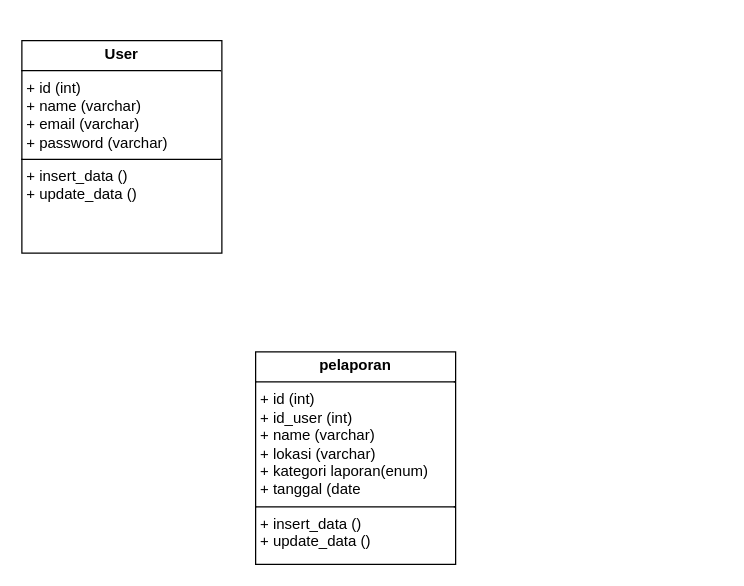
Earlier version of the draw.io diagram class diagram.drawio (Arflifie/pelaporan-rt). Source tidied: cells renumbered, new cells numbered last; positions are measured from the earlier drawing's top-left corner, leaving out a move shared by most shapes. Both pictures are drawn from the tidied source at 125%, with x=0, y=0 at pixel (21, 40).
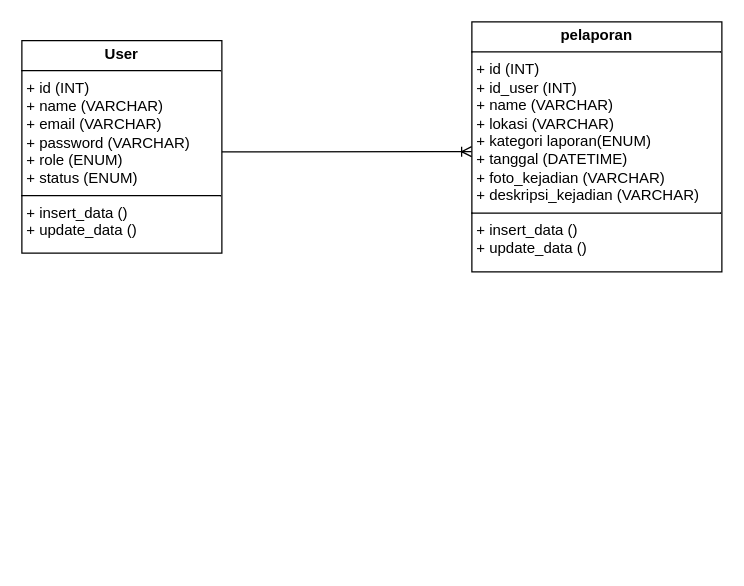
After the change.

What changed in the source:
```diff
@@
 <mxGraphModel>
   <root>
     <mxCell id="0" />
     <mxCell id="1" parent="0" />
-    <mxCell id="2" value="&lt;p style=&quot;margin:0px;margin-top:4px;text-align:center;&quot;&gt;&lt;b&gt;User&lt;/b&gt;&lt;/p&gt;&lt;hr size=&quot;1&quot; style=&quot;border-style:solid;&quot;&gt;&lt;p style=&quot;margin:0px;margin-left:4px;&quot;&gt;+ id (int)&lt;/p&gt;&lt;p style=&quot;margin:0px;margin-left:4px;&quot;&gt;+ name (varchar)&lt;/p&gt;&lt;p style=&quot;margin:0px;margin-left:4px;&quot;&gt;+ email (varchar)&lt;/p&gt;&lt;p style=&quot;margin:0px;margin-left:4px;&quot;&gt;+ password (varchar)&lt;/p&gt;&lt;hr size=&quot;1&quot; style=&quot;border-style:solid;&quot;&gt;&lt;p style=&quot;margin:0px;margin-left:4px;&quot;&gt;+ insert_data ()&lt;/p&gt;&lt;p style=&quot;margin:0px;margin-left:4px;&quot;&gt;+ update_data ()&lt;/p&gt;" style="verticalAlign=top;align=left;overflow=fill;html=1;whiteSpace=wrap;" parent="1" vertex="1">
+    <mxCell id="2" value="&lt;p style=&quot;margin:0px;margin-top:4px;text-align:center;&quot;&gt;&lt;b&gt;User&lt;/b&gt;&lt;/p&gt;&lt;hr size=&quot;1&quot; style=&quot;border-style:solid;&quot;&gt;&lt;p style=&quot;margin:0px;margin-left:4px;&quot;&gt;+ id (INT)&lt;/p&gt;&lt;p style=&quot;margin:0px;margin-left:4px;&quot;&gt;+ name (VARCHAR)&lt;/p&gt;&lt;p style=&quot;margin:0px;margin-left:4px;&quot;&gt;+ email (VARCHAR)&lt;/p&gt;&lt;p style=&quot;margin:0px;margin-left:4px;&quot;&gt;+ password (VARCHAR)&lt;/p&gt;&lt;p style=&quot;margin:0px;margin-left:4px;&quot;&gt;+ role (ENUM)&lt;/p&gt;&lt;p style=&quot;margin:0px;margin-left:4px;&quot;&gt;+ status (ENUM)&lt;/p&gt;&lt;hr size=&quot;1&quot; style=&quot;border-style:solid;&quot;&gt;&lt;p style=&quot;margin:0px;margin-left:4px;&quot;&gt;+ insert_data ()&lt;/p&gt;&lt;p style=&quot;margin:0px;margin-left:4px;&quot;&gt;+ update_data ()&lt;/p&gt;" style="verticalAlign=top;align=left;overflow=fill;html=1;whiteSpace=wrap;" parent="1" vertex="1">
       <mxGeometry width="160" height="170" as="geometry" />
     </mxCell>
-    <mxCell id="3" value="&lt;p style=&quot;margin:0px;margin-top:4px;text-align:center;&quot;&gt;&lt;b&gt;pelaporan&lt;/b&gt;&lt;/p&gt;&lt;hr size=&quot;1&quot; style=&quot;border-style:solid;&quot;&gt;&lt;p style=&quot;margin:0px;margin-left:4px;&quot;&gt;+ id (int)&lt;/p&gt;&lt;p style=&quot;margin:0px;margin-left:4px;&quot;&gt;+ id_user (int)&lt;/p&gt;&lt;p style=&quot;margin:0px;margin-left:4px;&quot;&gt;+ name (varchar)&lt;/p&gt;&lt;p style=&quot;margin:0px;margin-left:4px;&quot;&gt;+ lokasi (varchar)&lt;/p&gt;&lt;p style=&quot;margin:0px;margin-left:4px;&quot;&gt;+ kategori laporan(enum)&lt;/p&gt;&lt;p style=&quot;margin:0px;margin-left:4px;&quot;&gt;+ tanggal (date&lt;/p&gt;&lt;hr size=&quot;1&quot; style=&quot;border-style:solid;&quot;&gt;&lt;p style=&quot;margin:0px;margin-left:4px;&quot;&gt;+ insert_data ()&lt;/p&gt;&lt;p style=&quot;margin:0px;margin-left:4px;&quot;&gt;+ update_data ()&lt;/p&gt;" style="verticalAlign=top;align=left;overflow=fill;html=1;whiteSpace=wrap;" parent="1" vertex="1">
-      <mxGeometry x="187" y="249" width="160" height="170" as="geometry" />
+    <mxCell id="3" value="&lt;p style=&quot;margin:0px;margin-top:4px;text-align:center;&quot;&gt;&lt;b&gt;pelaporan&lt;/b&gt;&lt;/p&gt;&lt;hr size=&quot;1&quot; style=&quot;border-style:solid;&quot;&gt;&lt;p style=&quot;margin:0px;margin-left:4px;&quot;&gt;+ id (INT)&lt;/p&gt;&lt;p style=&quot;margin:0px;margin-left:4px;&quot;&gt;+ id_user (INT)&lt;/p&gt;&lt;p style=&quot;margin:0px;margin-left:4px;&quot;&gt;+ name (VARCHAR)&lt;/p&gt;&lt;p style=&quot;margin:0px;margin-left:4px;&quot;&gt;+ lokasi (VARCHAR)&lt;/p&gt;&lt;p style=&quot;margin:0px;margin-left:4px;&quot;&gt;+ kategori laporan(ENUM)&lt;/p&gt;&lt;p style=&quot;margin:0px;margin-left:4px;&quot;&gt;+ tanggal (DATETIME)&lt;/p&gt;&lt;p style=&quot;margin:0px;margin-left:4px;&quot;&gt;+ foto_kejadian (VARCHAR)&lt;/p&gt;&lt;p style=&quot;margin:0px;margin-left:4px;&quot;&gt;+ deskripsi_kejadian (VARCHAR)&lt;/p&gt;&lt;hr size=&quot;1&quot; style=&quot;border-style:solid;&quot;&gt;&lt;p style=&quot;margin:0px;margin-left:4px;&quot;&gt;+ insert_data ()&lt;/p&gt;&lt;p style=&quot;margin:0px;margin-left:4px;&quot;&gt;+ update_data ()&lt;/p&gt;" style="verticalAlign=top;align=left;overflow=fill;html=1;whiteSpace=wrap;" parent="1" vertex="1">
+      <mxGeometry x="360" y="-15" width="200" height="200" as="geometry" />
     </mxCell>
+    <mxCell id="4" style="edgeStyle=entityRelationEdgeStyle;fontSize=12;html=1;endArrow=ERoneToMany;rounded=0;entryX=-0.001;entryY=0.519;entryDx=0;entryDy=0;entryPerimeter=0;" parent="1" edge="1" target="3">
+      <mxGeometry relative="1" as="geometry">
+        <mxPoint x="160" y="89" as="sourcePoint" />
+      </mxGeometry>
+    </mxCell>
   </root>
 </mxGraphModel>
```
